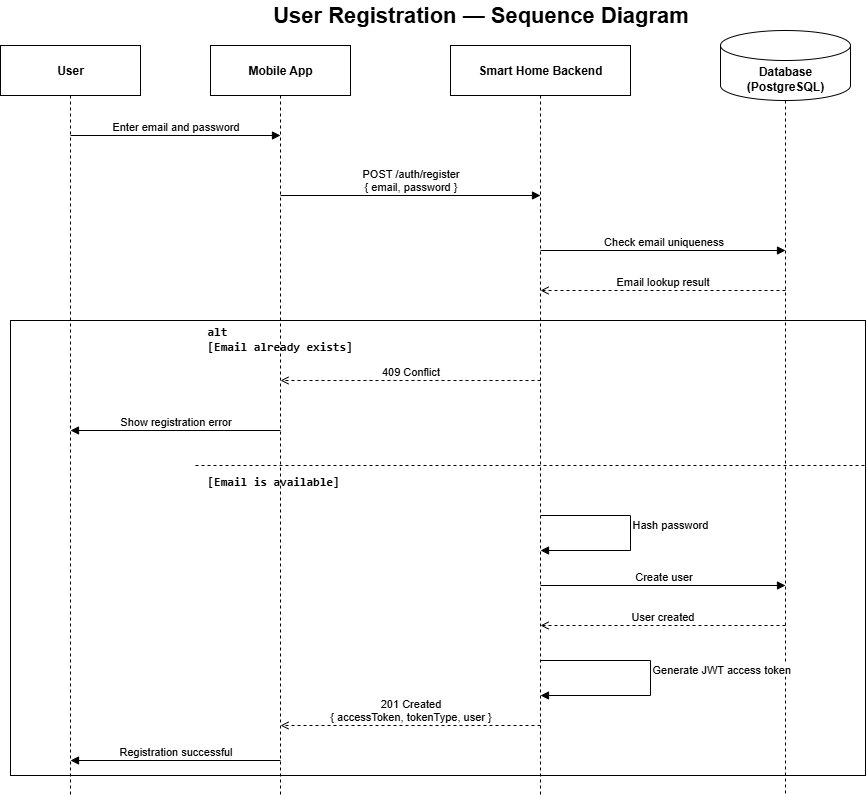
Before: projects/smart-home/uml/01-user-registration/user-registration-sequence.png, a diagram exported from draw.io (dim5679-byte/system-analyst-portfolio). Source tidied: cells renumbered, new cells last; positions are measured from the earlier drawing's top-left corner, leaving out a move shared by most shapes. The source it was exported from:
```xml
<mxGraphModel>
  <root>
    <mxCell id="0" />
    <mxCell id="1" parent="0" />
    <mxCell id="2" value="User Registration — Sequence Diagram" style="text;html=1;align=center;verticalAlign=middle;fontSize=22;fontStyle=1;" parent="1" vertex="1">
      <mxGeometry x="200" width="560" height="30" as="geometry" />
    </mxCell>
    <mxCell id="3" value="User" style="rounded=0;whiteSpace=wrap;html=1;align=center;verticalAlign=middle;fontStyle=1;" parent="1" vertex="1">
      <mxGeometry y="45" width="140" height="50" as="geometry" />
    </mxCell>
    <mxCell id="4" value="Mobile App" style="rounded=0;whiteSpace=wrap;html=1;align=center;verticalAlign=middle;fontStyle=1;" parent="1" vertex="1">
      <mxGeometry x="210" y="45" width="140" height="50" as="geometry" />
    </mxCell>
    <mxCell id="5" value="Smart Home Backend" style="rounded=0;whiteSpace=wrap;html=1;align=center;verticalAlign=middle;fontStyle=1;" parent="1" vertex="1">
      <mxGeometry x="450" y="45" width="180" height="50" as="geometry" />
    </mxCell>
    <mxCell id="6" value="Database (PostgreSQL)" style="shape=cylinder3;whiteSpace=wrap;html=1;boundedLbl=1;backgroundOutline=1;size=15;align=center;verticalAlign=middle;fontStyle=1;" parent="1" vertex="1">
      <mxGeometry x="720" y="30" width="130" height="70" as="geometry" />
    </mxCell>
    <mxCell id="7" style="endArrow=none;dashed=1;html=1;" parent="1" edge="1">
      <mxGeometry relative="1" as="geometry">
        <mxPoint x="70" y="95" as="sourcePoint" />
        <mxPoint x="70" y="795" as="targetPoint" />
      </mxGeometry>
    </mxCell>
    <mxCell id="8" style="endArrow=none;dashed=1;html=1;" parent="1" edge="1">
      <mxGeometry relative="1" as="geometry">
        <mxPoint x="280" y="95" as="sourcePoint" />
        <mxPoint x="280" y="795" as="targetPoint" />
      </mxGeometry>
    </mxCell>
    <mxCell id="9" style="endArrow=none;dashed=1;html=1;" parent="1" edge="1">
      <mxGeometry relative="1" as="geometry">
        <mxPoint x="540" y="95" as="sourcePoint" />
        <mxPoint x="540" y="795" as="targetPoint" />
      </mxGeometry>
    </mxCell>
    <mxCell id="10" style="endArrow=none;dashed=1;html=1;" parent="1" edge="1">
      <mxGeometry relative="1" as="geometry">
        <mxPoint x="785" y="100" as="sourcePoint" />
        <mxPoint x="785" y="795" as="targetPoint" />
      </mxGeometry>
    </mxCell>
    <mxCell id="11" value="Enter email and password" style="edgeStyle=none;rounded=0;html=1;endArrow=block;endFill=1;align=center;verticalAlign=bottom;" parent="1" edge="1">
      <mxGeometry relative="1" as="geometry">
        <mxPoint x="70" y="135" as="sourcePoint" />
        <mxPoint x="280" y="135" as="targetPoint" />
      </mxGeometry>
    </mxCell>
    <mxCell id="12" value="POST /auth/register&#10;{ email, password }" style="edgeStyle=none;rounded=0;html=1;endArrow=block;endFill=1;align=center;verticalAlign=bottom;" parent="1" edge="1">
      <mxGeometry relative="1" as="geometry">
        <mxPoint x="280" y="195" as="sourcePoint" />
        <mxPoint x="540" y="195" as="targetPoint" />
      </mxGeometry>
    </mxCell>
    <mxCell id="13" value="Check email uniqueness" style="edgeStyle=none;rounded=0;html=1;endArrow=block;endFill=1;align=center;verticalAlign=bottom;" parent="1" edge="1">
      <mxGeometry relative="1" as="geometry">
        <mxPoint x="540" y="250" as="sourcePoint" />
        <mxPoint x="785" y="250" as="targetPoint" />
      </mxGeometry>
    </mxCell>
    <mxCell id="14" value="Email lookup result" style="edgeStyle=none;rounded=0;html=1;endArrow=open;endFill=0;dashed=1;align=center;verticalAlign=bottom;" parent="1" edge="1">
      <mxGeometry relative="1" as="geometry">
        <mxPoint x="785" y="290" as="sourcePoint" />
        <mxPoint x="540" y="290" as="targetPoint" />
      </mxGeometry>
    </mxCell>
    <mxCell id="15" style="rounded=0;whiteSpace=wrap;html=1;fillColor=none;" parent="1" vertex="1">
      <mxGeometry x="10" y="320" width="855" height="455" as="geometry" />
    </mxCell>
    <mxCell id="16" value="&lt;pre dir=&quot;ltr&quot;&gt;&lt;code&gt;alt&lt;br/&gt;[Email already exists]&lt;/code&gt;&lt;/pre&gt;" style="text;html=1;align=left;verticalAlign=middle;fontStyle=1;" parent="1" vertex="1">
      <mxGeometry x="205" y="325" width="220" height="25" as="geometry" />
    </mxCell>
    <mxCell id="17" style="endArrow=none;dashed=1;html=1;" parent="1" edge="1">
      <mxGeometry relative="1" as="geometry">
        <mxPoint x="195" y="465" as="sourcePoint" />
        <mxPoint x="865" y="465" as="targetPoint" />
      </mxGeometry>
    </mxCell>
    <mxCell id="18" value="&lt;pre dir=&quot;ltr&quot;&gt;&lt;code&gt;[Email is available]&lt;/code&gt;&lt;/pre&gt;" style="text;html=1;align=left;verticalAlign=middle;fontStyle=1;" parent="1" vertex="1">
      <mxGeometry x="205" y="468" width="220" height="25" as="geometry" />
    </mxCell>
    <mxCell id="19" value="409 Conflict" style="edgeStyle=none;rounded=0;html=1;endArrow=open;endFill=0;dashed=1;align=center;verticalAlign=bottom;" parent="1" edge="1">
      <mxGeometry relative="1" as="geometry">
        <mxPoint x="540" y="380" as="sourcePoint" />
        <mxPoint x="280" y="380" as="targetPoint" />
      </mxGeometry>
    </mxCell>
    <mxCell id="20" value="Show registration error" style="edgeStyle=none;rounded=0;html=1;endArrow=block;endFill=1;align=center;verticalAlign=bottom;" parent="1" edge="1">
      <mxGeometry relative="1" as="geometry">
        <mxPoint x="280" y="430" as="sourcePoint" />
        <mxPoint x="70" y="430" as="targetPoint" />
      </mxGeometry>
    </mxCell>
    <mxCell id="21" value="Hash password" style="edgeStyle=orthogonalEdgeStyle;rounded=0;html=1;endArrow=block;endFill=1;align=left;verticalAlign=bottom;" parent="1" edge="1">
      <mxGeometry relative="1" as="geometry">
        <mxPoint x="540" y="515" as="sourcePoint" />
        <mxPoint x="540" y="550" as="targetPoint" />
        <Array as="points">
          <mxPoint x="630" y="515" />
          <mxPoint x="630" y="550" />
        </Array>
      </mxGeometry>
    </mxCell>
    <mxCell id="22" value="Create user" style="edgeStyle=none;rounded=0;html=1;endArrow=block;endFill=1;align=center;verticalAlign=bottom;" parent="1" edge="1">
      <mxGeometry relative="1" as="geometry">
        <mxPoint x="540" y="585" as="sourcePoint" />
        <mxPoint x="785" y="585" as="targetPoint" />
      </mxGeometry>
    </mxCell>
    <mxCell id="23" value="User created" style="edgeStyle=none;rounded=0;html=1;endArrow=open;endFill=0;dashed=1;align=center;verticalAlign=bottom;" parent="1" edge="1">
      <mxGeometry relative="1" as="geometry">
        <mxPoint x="785" y="625" as="sourcePoint" />
        <mxPoint x="540" y="625" as="targetPoint" />
      </mxGeometry>
    </mxCell>
    <mxCell id="24" value="Generate JWT access token" style="edgeStyle=orthogonalEdgeStyle;rounded=0;html=1;endArrow=block;endFill=1;align=left;verticalAlign=bottom;" parent="1" edge="1">
      <mxGeometry relative="1" as="geometry">
        <mxPoint x="540" y="660" as="sourcePoint" />
        <mxPoint x="540" y="695" as="targetPoint" />
        <Array as="points">
          <mxPoint x="650" y="660" />
          <mxPoint x="650" y="695" />
        </Array>
      </mxGeometry>
    </mxCell>
    <mxCell id="25" value="201 Created&#10;{ accessToken, tokenType, user }" style="edgeStyle=none;rounded=0;html=1;endArrow=open;endFill=0;dashed=1;align=center;verticalAlign=bottom;" parent="1" edge="1">
      <mxGeometry relative="1" as="geometry">
        <mxPoint x="540" y="725" as="sourcePoint" />
        <mxPoint x="280" y="725" as="targetPoint" />
      </mxGeometry>
    </mxCell>
    <mxCell id="26" value="Registration successful" style="edgeStyle=none;rounded=0;html=1;endArrow=block;endFill=1;align=center;verticalAlign=bottom;" parent="1" edge="1">
      <mxGeometry relative="1" as="geometry">
        <mxPoint x="280" y="760" as="sourcePoint" />
        <mxPoint x="70" y="760" as="targetPoint" />
      </mxGeometry>
    </mxCell>
  </root>
</mxGraphModel>
```
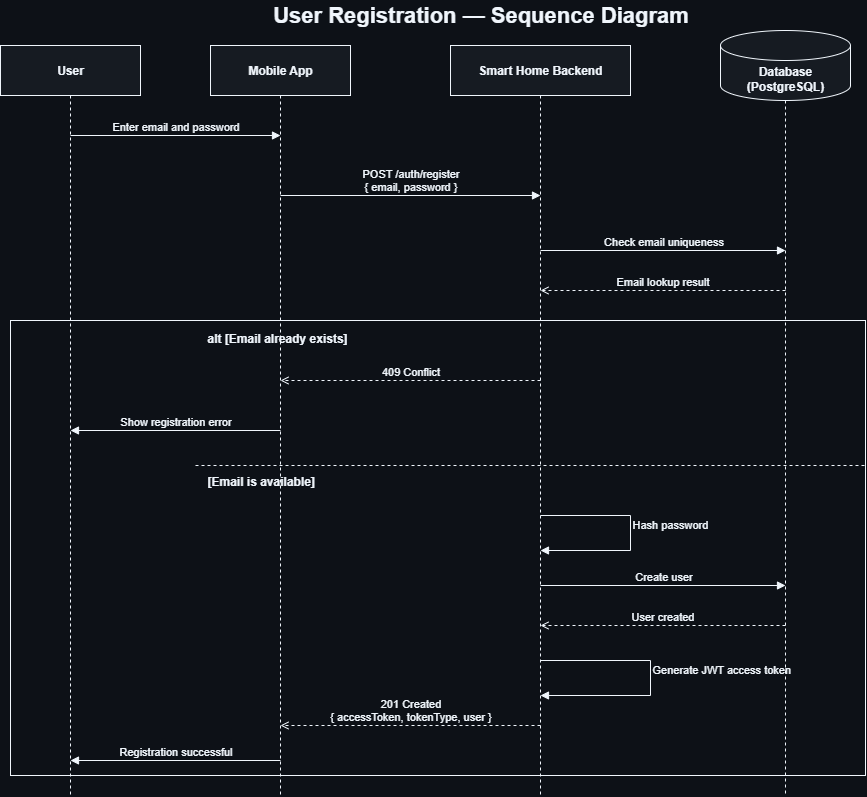
The same diagram one commit later.

Commit message:
fix(uml): improve sequence diagram colors and rendering

Diff of the diagram source:
```diff
@@ -1,98 +1,98 @@
-<mxGraphModel>
+<mxGraphModel background="#0d1117">
   <root>
     <mxCell id="0" />
     <mxCell id="1" parent="0" />
-    <mxCell id="2" value="User Registration — Sequence Diagram" style="text;html=1;align=center;verticalAlign=middle;fontSize=22;fontStyle=1;" parent="1" vertex="1">
+    <mxCell id="2" value="User Registration — Sequence Diagram" style="text;html=1;align=center;verticalAlign=middle;fontSize=22;fontStyle=1;fillColor=none;strokeColor=none;fontColor=#f0f6fc;labelBackgroundColor=none;labelBorderColor=none;" parent="1" vertex="1">
       <mxGeometry x="200" width="560" height="30" as="geometry" />
     </mxCell>
-    <mxCell id="3" value="User" style="rounded=0;whiteSpace=wrap;html=1;align=center;verticalAlign=middle;fontStyle=1;" parent="1" vertex="1">
+    <mxCell id="3" value="User" style="rounded=0;whiteSpace=wrap;html=1;align=center;verticalAlign=middle;fontStyle=1;fillColor=#161b22;strokeColor=#f0f6fc;fontColor=#f0f6fc;labelBackgroundColor=none;labelBorderColor=none;" parent="1" vertex="1">
       <mxGeometry y="45" width="140" height="50" as="geometry" />
     </mxCell>
-    <mxCell id="4" value="Mobile App" style="rounded=0;whiteSpace=wrap;html=1;align=center;verticalAlign=middle;fontStyle=1;" parent="1" vertex="1">
+    <mxCell id="4" value="Mobile App" style="rounded=0;whiteSpace=wrap;html=1;align=center;verticalAlign=middle;fontStyle=1;fillColor=#161b22;strokeColor=#f0f6fc;fontColor=#f0f6fc;labelBackgroundColor=none;labelBorderColor=none;" parent="1" vertex="1">
       <mxGeometry x="210" y="45" width="140" height="50" as="geometry" />
     </mxCell>
-    <mxCell id="5" value="Smart Home Backend" style="rounded=0;whiteSpace=wrap;html=1;align=center;verticalAlign=middle;fontStyle=1;" parent="1" vertex="1">
+    <mxCell id="5" value="Smart Home Backend" style="rounded=0;whiteSpace=wrap;html=1;align=center;verticalAlign=middle;fontStyle=1;fillColor=#161b22;strokeColor=#f0f6fc;fontColor=#f0f6fc;labelBackgroundColor=none;labelBorderColor=none;" parent="1" vertex="1">
       <mxGeometry x="450" y="45" width="180" height="50" as="geometry" />
     </mxCell>
-    <mxCell id="6" value="Database (PostgreSQL)" style="shape=cylinder3;whiteSpace=wrap;html=1;boundedLbl=1;backgroundOutline=1;size=15;align=center;verticalAlign=middle;fontStyle=1;" parent="1" vertex="1">
+    <mxCell id="6" value="Database (PostgreSQL)" style="shape=cylinder3;whiteSpace=wrap;html=1;boundedLbl=1;backgroundOutline=1;size=15;align=center;verticalAlign=middle;fontStyle=1;fillColor=#161b22;strokeColor=#f0f6fc;fontColor=#f0f6fc;labelBackgroundColor=none;labelBorderColor=none;" parent="1" vertex="1">
       <mxGeometry x="720" y="30" width="130" height="70" as="geometry" />
     </mxCell>
-    <mxCell id="7" style="endArrow=none;dashed=1;html=1;" parent="1" edge="1">
+    <mxCell id="7" style="endArrow=none;dashed=1;html=1;strokeColor=#f0f6fc;fontColor=#f0f6fc;labelBackgroundColor=none;labelBorderColor=none;" parent="1" edge="1">
       <mxGeometry relative="1" as="geometry">
         <mxPoint x="70" y="95" as="sourcePoint" />
         <mxPoint x="70" y="795" as="targetPoint" />
       </mxGeometry>
     </mxCell>
-    <mxCell id="8" style="endArrow=none;dashed=1;html=1;" parent="1" edge="1">
+    <mxCell id="8" style="endArrow=none;dashed=1;html=1;strokeColor=#f0f6fc;fontColor=#f0f6fc;labelBackgroundColor=none;labelBorderColor=none;" parent="1" edge="1">
       <mxGeometry relative="1" as="geometry">
         <mxPoint x="280" y="95" as="sourcePoint" />
         <mxPoint x="280" y="795" as="targetPoint" />
       </mxGeometry>
     </mxCell>
-    <mxCell id="9" style="endArrow=none;dashed=1;html=1;" parent="1" edge="1">
+    <mxCell id="9" style="endArrow=none;dashed=1;html=1;strokeColor=#f0f6fc;fontColor=#f0f6fc;labelBackgroundColor=none;labelBorderColor=none;" parent="1" edge="1">
       <mxGeometry relative="1" as="geometry">
         <mxPoint x="540" y="95" as="sourcePoint" />
         <mxPoint x="540" y="795" as="targetPoint" />
       </mxGeometry>
     </mxCell>
-    <mxCell id="10" style="endArrow=none;dashed=1;html=1;" parent="1" edge="1">
+    <mxCell id="10" style="endArrow=none;dashed=1;html=1;strokeColor=#f0f6fc;fontColor=#f0f6fc;labelBackgroundColor=none;labelBorderColor=none;" parent="1" edge="1">
       <mxGeometry relative="1" as="geometry">
         <mxPoint x="785" y="100" as="sourcePoint" />
         <mxPoint x="785" y="795" as="targetPoint" />
       </mxGeometry>
     </mxCell>
-    <mxCell id="11" value="Enter email and password" style="edgeStyle=none;rounded=0;html=1;endArrow=block;endFill=1;align=center;verticalAlign=bottom;" parent="1" edge="1">
+    <mxCell id="11" value="Enter email and password" style="edgeStyle=none;rounded=0;html=1;endArrow=block;endFill=1;align=center;verticalAlign=bottom;strokeColor=#f0f6fc;fontColor=#f0f6fc;labelBackgroundColor=none;labelBorderColor=none;" parent="1" edge="1">
       <mxGeometry relative="1" as="geometry">
         <mxPoint x="70" y="135" as="sourcePoint" />
         <mxPoint x="280" y="135" as="targetPoint" />
       </mxGeometry>
     </mxCell>
-    <mxCell id="12" value="POST /auth/register&#10;{ email, password }" style="edgeStyle=none;rounded=0;html=1;endArrow=block;endFill=1;align=center;verticalAlign=bottom;" parent="1" edge="1">
+    <mxCell id="12" value="POST /auth/register&#10;{ email, password }" style="edgeStyle=none;rounded=0;html=1;endArrow=block;endFill=1;align=center;verticalAlign=bottom;strokeColor=#f0f6fc;fontColor=#f0f6fc;labelBackgroundColor=none;labelBorderColor=none;" parent="1" edge="1">
       <mxGeometry relative="1" as="geometry">
         <mxPoint x="280" y="195" as="sourcePoint" />
         <mxPoint x="540" y="195" as="targetPoint" />
       </mxGeometry>
     </mxCell>
-    <mxCell id="13" value="Check email uniqueness" style="edgeStyle=none;rounded=0;html=1;endArrow=block;endFill=1;align=center;verticalAlign=bottom;" parent="1" edge="1">
+    <mxCell id="13" value="Check email uniqueness" style="edgeStyle=none;rounded=0;html=1;endArrow=block;endFill=1;align=center;verticalAlign=bottom;strokeColor=#f0f6fc;fontColor=#f0f6fc;labelBackgroundColor=none;labelBorderColor=none;" parent="1" edge="1">
       <mxGeometry relative="1" as="geometry">
         <mxPoint x="540" y="250" as="sourcePoint" />
         <mxPoint x="785" y="250" as="targetPoint" />
       </mxGeometry>
     </mxCell>
-    <mxCell id="14" value="Email lookup result" style="edgeStyle=none;rounded=0;html=1;endArrow=open;endFill=0;dashed=1;align=center;verticalAlign=bottom;" parent="1" edge="1">
+    <mxCell id="14" value="Email lookup result" style="edgeStyle=none;rounded=0;html=1;endArrow=open;endFill=0;dashed=1;align=center;verticalAlign=bottom;strokeColor=#f0f6fc;fontColor=#f0f6fc;labelBackgroundColor=none;labelBorderColor=none;" parent="1" edge="1">
       <mxGeometry relative="1" as="geometry">
         <mxPoint x="785" y="290" as="sourcePoint" />
         <mxPoint x="540" y="290" as="targetPoint" />
       </mxGeometry>
     </mxCell>
-    <mxCell id="15" style="rounded=0;whiteSpace=wrap;html=1;fillColor=none;" parent="1" vertex="1">
+    <mxCell id="15" style="rounded=0;whiteSpace=wrap;html=1;fillColor=none;strokeColor=#f0f6fc;fontColor=#f0f6fc;labelBackgroundColor=none;labelBorderColor=none;" parent="1" vertex="1">
       <mxGeometry x="10" y="320" width="855" height="455" as="geometry" />
     </mxCell>
-    <mxCell id="16" value="&lt;pre dir=&quot;ltr&quot;&gt;&lt;code&gt;alt&lt;br/&gt;[Email already exists]&lt;/code&gt;&lt;/pre&gt;" style="text;html=1;align=left;verticalAlign=middle;fontStyle=1;" parent="1" vertex="1">
+    <mxCell id="16" value="alt&amp;#xa;[Email already exists]" style="text;html=1;align=left;verticalAlign=middle;fontStyle=1;fillColor=none;strokeColor=none;fontColor=#f0f6fc;labelBackgroundColor=none;labelBorderColor=none;" parent="1" vertex="1">
       <mxGeometry x="205" y="325" width="220" height="25" as="geometry" />
     </mxCell>
-    <mxCell id="17" style="endArrow=none;dashed=1;html=1;" parent="1" edge="1">
+    <mxCell id="17" style="endArrow=none;dashed=1;html=1;strokeColor=#f0f6fc;fontColor=#f0f6fc;labelBackgroundColor=none;labelBorderColor=none;" parent="1" edge="1">
       <mxGeometry relative="1" as="geometry">
         <mxPoint x="195" y="465" as="sourcePoint" />
         <mxPoint x="865" y="465" as="targetPoint" />
       </mxGeometry>
     </mxCell>
-    <mxCell id="18" value="&lt;pre dir=&quot;ltr&quot;&gt;&lt;code&gt;[Email is available]&lt;/code&gt;&lt;/pre&gt;" style="text;html=1;align=left;verticalAlign=middle;fontStyle=1;" parent="1" vertex="1">
+    <mxCell id="18" value="[Email is available]" style="text;html=1;align=left;verticalAlign=middle;fontStyle=1;fillColor=none;strokeColor=none;fontColor=#f0f6fc;labelBackgroundColor=none;labelBorderColor=none;" parent="1" vertex="1">
       <mxGeometry x="205" y="468" width="220" height="25" as="geometry" />
     </mxCell>
-    <mxCell id="19" value="409 Conflict" style="edgeStyle=none;rounded=0;html=1;endArrow=open;endFill=0;dashed=1;align=center;verticalAlign=bottom;" parent="1" edge="1">
+    <mxCell id="19" value="409 Conflict" style="edgeStyle=none;rounded=0;html=1;endArrow=open;endFill=0;dashed=1;align=center;verticalAlign=bottom;strokeColor=#f0f6fc;fontColor=#f0f6fc;labelBackgroundColor=none;labelBorderColor=none;" parent="1" edge="1">
       <mxGeometry relative="1" as="geometry">
         <mxPoint x="540" y="380" as="sourcePoint" />
         <mxPoint x="280" y="380" as="targetPoint" />
       </mxGeometry>
     </mxCell>
-    <mxCell id="20" value="Show registration error" style="edgeStyle=none;rounded=0;html=1;endArrow=block;endFill=1;align=center;verticalAlign=bottom;" parent="1" edge="1">
+    <mxCell id="20" value="Show registration error" style="edgeStyle=none;rounded=0;html=1;endArrow=block;endFill=1;align=center;verticalAlign=bottom;strokeColor=#f0f6fc;fontColor=#f0f6fc;labelBackgroundColor=none;labelBorderColor=none;" parent="1" edge="1">
       <mxGeometry relative="1" as="geometry">
         <mxPoint x="280" y="430" as="sourcePoint" />
         <mxPoint x="70" y="430" as="targetPoint" />
       </mxGeometry>
     </mxCell>
-    <mxCell id="21" value="Hash password" style="edgeStyle=orthogonalEdgeStyle;rounded=0;html=1;endArrow=block;endFill=1;align=left;verticalAlign=bottom;" parent="1" edge="1">
+    <mxCell id="21" value="Hash password" style="edgeStyle=orthogonalEdgeStyle;rounded=0;html=1;endArrow=block;endFill=1;align=left;verticalAlign=bottom;strokeColor=#f0f6fc;fontColor=#f0f6fc;labelBackgroundColor=none;labelBorderColor=none;" parent="1" edge="1">
       <mxGeometry relative="1" as="geometry">
         <mxPoint x="540" y="515" as="sourcePoint" />
         <mxPoint x="540" y="550" as="targetPoint" />
@@ -102,19 +102,19 @@
         </Array>
       </mxGeometry>
     </mxCell>
-    <mxCell id="22" value="Create user" style="edgeStyle=none;rounded=0;html=1;endArrow=block;endFill=1;align=center;verticalAlign=bottom;" parent="1" edge="1">
+    <mxCell id="22" value="Create user" style="edgeStyle=none;rounded=0;html=1;endArrow=block;endFill=1;align=center;verticalAlign=bottom;strokeColor=#f0f6fc;fontColor=#f0f6fc;labelBackgroundColor=none;labelBorderColor=none;" parent="1" edge="1">
       <mxGeometry relative="1" as="geometry">
         <mxPoint x="540" y="585" as="sourcePoint" />
         <mxPoint x="785" y="585" as="targetPoint" />
       </mxGeometry>
     </mxCell>
-    <mxCell id="23" value="User created" style="edgeStyle=none;rounded=0;html=1;endArrow=open;endFill=0;dashed=1;align=center;verticalAlign=bottom;" parent="1" edge="1">
+    <mxCell id="23" value="User created" style="edgeStyle=none;rounded=0;html=1;endArrow=open;endFill=0;dashed=1;align=center;verticalAlign=bottom;strokeColor=#f0f6fc;fontColor=#f0f6fc;labelBackgroundColor=none;labelBorderColor=none;" parent="1" edge="1">
       <mxGeometry relative="1" as="geometry">
         <mxPoint x="785" y="625" as="sourcePoint" />
         <mxPoint x="540" y="625" as="targetPoint" />
       </mxGeometry>
     </mxCell>
-    <mxCell id="24" value="Generate JWT access token" style="edgeStyle=orthogonalEdgeStyle;rounded=0;html=1;endArrow=block;endFill=1;align=left;verticalAlign=bottom;" parent="1" edge="1">
+    <mxCell id="24" value="Generate JWT access token" style="edgeStyle=orthogonalEdgeStyle;rounded=0;html=1;endArrow=block;endFill=1;align=left;verticalAlign=bottom;strokeColor=#f0f6fc;fontColor=#f0f6fc;labelBackgroundColor=none;labelBorderColor=none;" parent="1" edge="1">
       <mxGeometry relative="1" as="geometry">
         <mxPoint x="540" y="660" as="sourcePoint" />
         <mxPoint x="540" y="695" as="targetPoint" />
@@ -124,13 +124,13 @@
         </Array>
       </mxGeometry>
     </mxCell>
-    <mxCell id="25" value="201 Created&#10;{ accessToken, tokenType, user }" style="edgeStyle=none;rounded=0;html=1;endArrow=open;endFill=0;dashed=1;align=center;verticalAlign=bottom;" parent="1" edge="1">
+    <mxCell id="25" value="201 Created&#10;{ accessToken, tokenType, user }" style="edgeStyle=none;rounded=0;html=1;endArrow=open;endFill=0;dashed=1;align=center;verticalAlign=bottom;strokeColor=#f0f6fc;fontColor=#f0f6fc;labelBackgroundColor=none;labelBorderColor=none;" parent="1" edge="1">
       <mxGeometry relative="1" as="geometry">
         <mxPoint x="540" y="725" as="sourcePoint" />
         <mxPoint x="280" y="725" as="targetPoint" />
       </mxGeometry>
     </mxCell>
-    <mxCell id="26" value="Registration successful" style="edgeStyle=none;rounded=0;html=1;endArrow=block;endFill=1;align=center;verticalAlign=bottom;" parent="1" edge="1">
+    <mxCell id="26" value="Registration successful" style="edgeStyle=none;rounded=0;html=1;endArrow=block;endFill=1;align=center;verticalAlign=bottom;strokeColor=#f0f6fc;fontColor=#f0f6fc;labelBackgroundColor=none;labelBorderColor=none;" parent="1" edge="1">
       <mxGeometry relative="1" as="geometry">
         <mxPoint x="280" y="760" as="sourcePoint" />
         <mxPoint x="70" y="760" as="targetPoint" />
```
